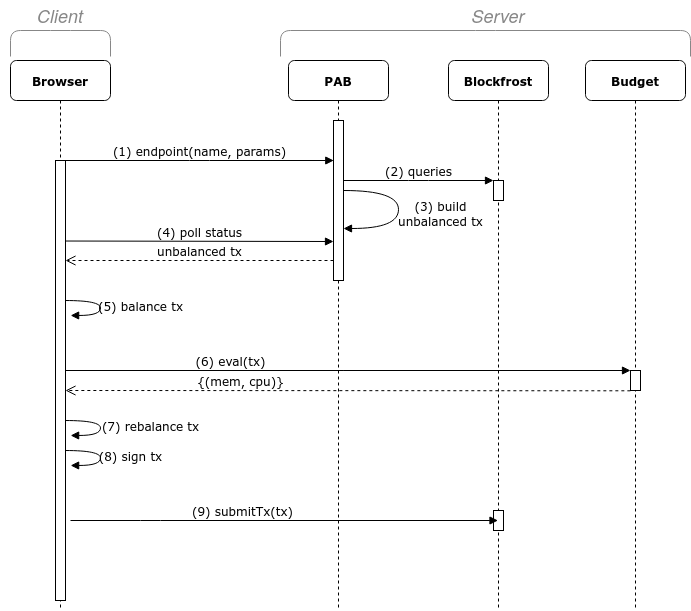
Before: tutorial/img/dapp-flow.png, a diagram exported from draw.io (mrpejker/cardano-e2e-example). Source tidied: cells renumbered, new cells last; positions are measured from the earlier drawing's top-left corner, leaving out a move shared by most shapes.
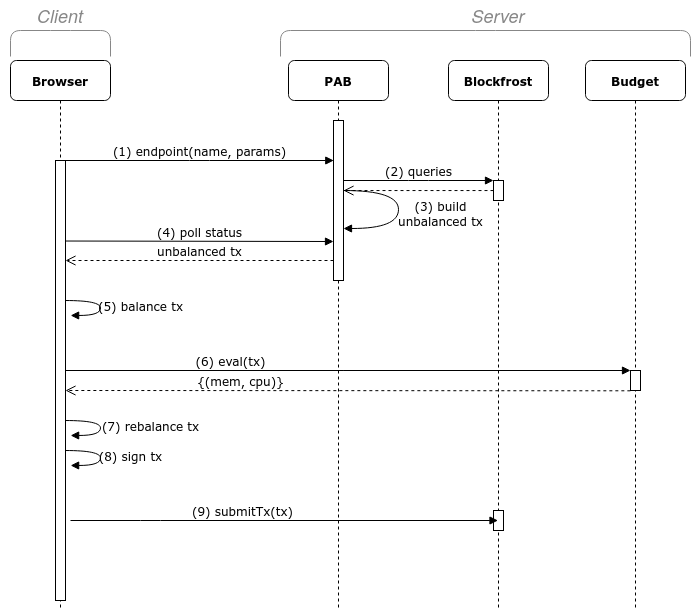
Above is the later version.

Change to the diagram source:
```diff
@@ -27,6 +27,14 @@
     <mxCell id="7" style="html=1;perimeter=orthogonalPerimeter;rounded=0;shadow=0;comic=0;labelBackgroundColor=none;strokeWidth=1;fontFamily=Verdana;fontSize=12;align=center;" parent="5" vertex="1">
       <mxGeometry x="45" y="450" width="10" height="20" as="geometry" />
     </mxCell>
+    <mxCell id="26" style="html=1;verticalAlign=bottom;endArrow=open;dashed=1;endSize=8;labelBackgroundColor=none;fontFamily=Verdana;fontSize=12;edgeStyle=elbowEdgeStyle;elbow=vertical;" parent="5" edge="1" target="3">
+      <mxGeometry relative="1" as="geometry">
+        <mxPoint x="45" y="130.1" as="sourcePoint" />
+        <Array as="points">
+          <mxPoint x="-113" y="130.1" />
+        </Array>
+      </mxGeometry>
+    </mxCell>
     <mxCell id="8" value="&lt;b&gt;Budget&lt;/b&gt;" style="shape=umlLifeline;perimeter=lifelinePerimeter;whiteSpace=wrap;html=1;rounded=1;shadow=0;comic=0;labelBackgroundColor=none;strokeWidth=1;fontFamily=Verdana;fontSize=12;align=center;" parent="1" vertex="1">
       <mxGeometry x="585" y="60" width="100" height="550" as="geometry" />
     </mxCell>
```
